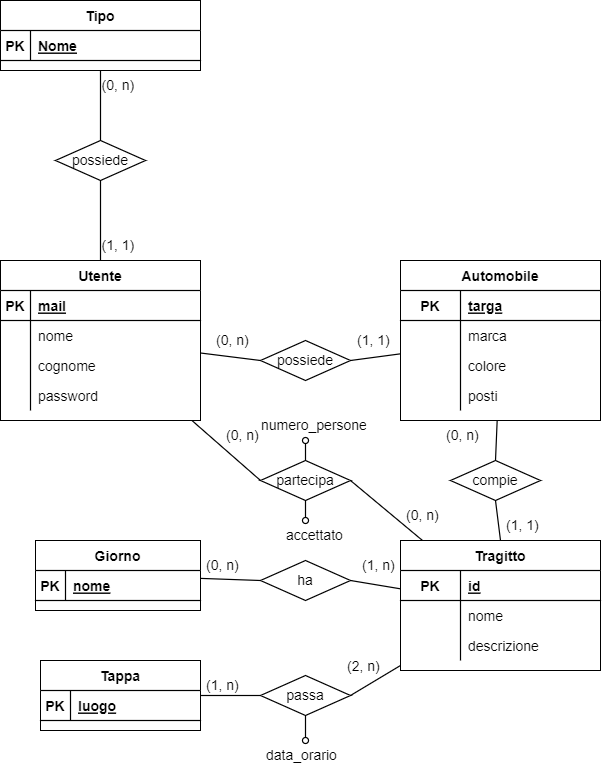
GioeleCavallo/Condivisione-Passaggi keeps this draw.io diagram as DB.png. Above is the earlier version. Source tidied: cells renumbered, new cells last; positions are measured from the earlier drawing's top-left corner, leaving out a move shared by most shapes.
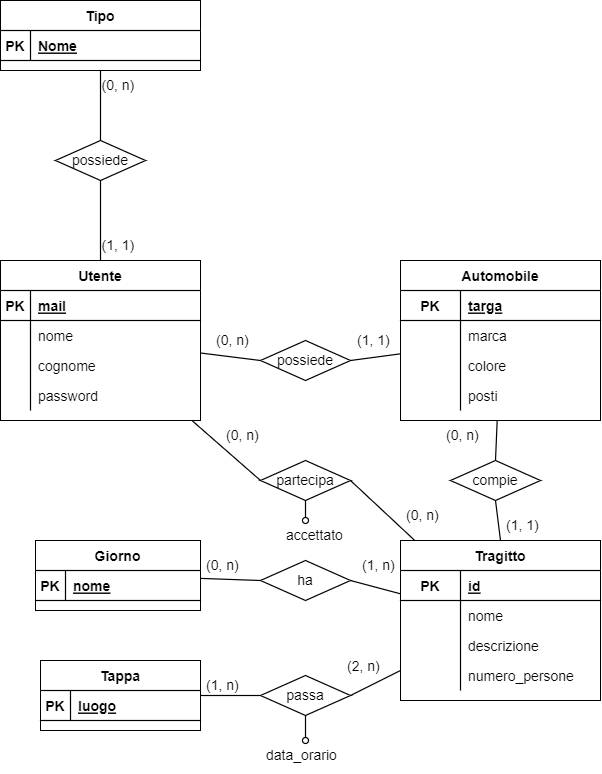
Later version of the same file.

Commit message:
sistemato un errore

Diff of the diagram source:
```diff
@@ -81,7 +81,7 @@
       <mxGeometry x="60" width="140" height="30" as="geometry" />
     </mxCell>
     <mxCell id="28" value="Tragitto" style="shape=table;startSize=30;rowLines=0;fontStyle=1;align=center;fontSize=14;strokeWidth=1.2;" parent="1" vertex="1">
-      <mxGeometry x="400" y="540" width="200" height="130" as="geometry" />
+      <mxGeometry x="400" y="540" width="200" height="160" as="geometry" />
     </mxCell>
     <mxCell id="29" style="shape=tableRow;horizontal=0;startSize=0;swimlaneHead=0;swimlaneBody=0;fillColor=none;top=0;left=0;right=0;bottom=1;fontSize=14;strokeWidth=1.2;" parent="28" vertex="1">
       <mxGeometry y="30" width="200" height="30" as="geometry" />
@@ -110,6 +110,15 @@
     <mxCell id="37" value="descrizione" style="shape=partialRectangle;fillColor=none;top=0;left=0;bottom=0;right=0;align=left;spacingLeft=6;overflow=hidden;fontSize=14;strokeWidth=1.2;" parent="35" vertex="1">
       <mxGeometry x="60" width="140" height="30" as="geometry" />
     </mxCell>
+    <mxCell id="86" style="shape=tableRow;horizontal=0;startSize=0;swimlaneHead=0;swimlaneBody=0;fillColor=none;top=0;left=0;right=0;bottom=0;fontSize=14;strokeWidth=1.2;" parent="28" vertex="1">
+      <mxGeometry y="120" width="200" height="30" as="geometry" />
+    </mxCell>
+    <mxCell id="87" style="shape=partialRectangle;fillColor=none;top=0;left=0;bottom=0;right=0;overflow=hidden;fontSize=14;strokeWidth=1.2;" parent="86" vertex="1">
+      <mxGeometry width="60" height="30" as="geometry" />
+    </mxCell>
+    <mxCell id="74" value="numero_persone" style="shape=partialRectangle;fillColor=none;top=0;left=0;bottom=0;right=0;align=left;spacingLeft=6;overflow=hidden;fontSize=14;strokeWidth=1.2;" parent="86" vertex="1">
+      <mxGeometry x="60" width="140" height="30" as="geometry" />
+    </mxCell>
     <mxCell id="38" value="Giorno" style="shape=table;startSize=30;rowLines=0;fontStyle=1;align=center;fontSize=14;strokeWidth=1.2;" parent="1" vertex="1">
       <mxGeometry x="35" y="540" width="165" height="70" as="geometry" />
     </mxCell>
@@ -217,14 +226,6 @@
     <mxCell id="72" value="(0, n)" style="text;strokeColor=none;fillColor=none;spacingLeft=4;spacingRight=4;overflow=hidden;fontSize=14;strokeWidth=1.2;" parent="1" vertex="1">
       <mxGeometry x="400" y="500" width="50" height="30" as="geometry" />
     </mxCell>
-    <mxCell id="73" style="endArrow=none;html=1;rounded=0;entryX=0.5;entryY=0;entryDx=0;entryDy=0;startArrow=oval;startFill=0;fontSize=14;strokeWidth=1.2;" parent="1" edge="1" target="68">
-      <mxGeometry relative="1" as="geometry">
-        <mxPoint x="305" y="440" as="sourcePoint" />
-      </mxGeometry>
-    </mxCell>
-    <mxCell id="74" value="numero_persone" style="text;strokeColor=none;fillColor=none;spacingLeft=4;spacingRight=4;overflow=hidden;fontSize=14;strokeWidth=1.2;" parent="1" vertex="1">
-      <mxGeometry x="255" y="410" width="115" height="30" as="geometry" />
-    </mxCell>
     <mxCell id="75" style="endArrow=none;html=1;rounded=0;entryX=0.5;entryY=1;entryDx=0;entryDy=0;startArrow=oval;startFill=0;fontSize=14;strokeWidth=1.2;" parent="1" edge="1" target="68">
       <mxGeometry relative="1" as="geometry">
         <mxPoint x="305" y="520" as="sourcePoint" />
```
